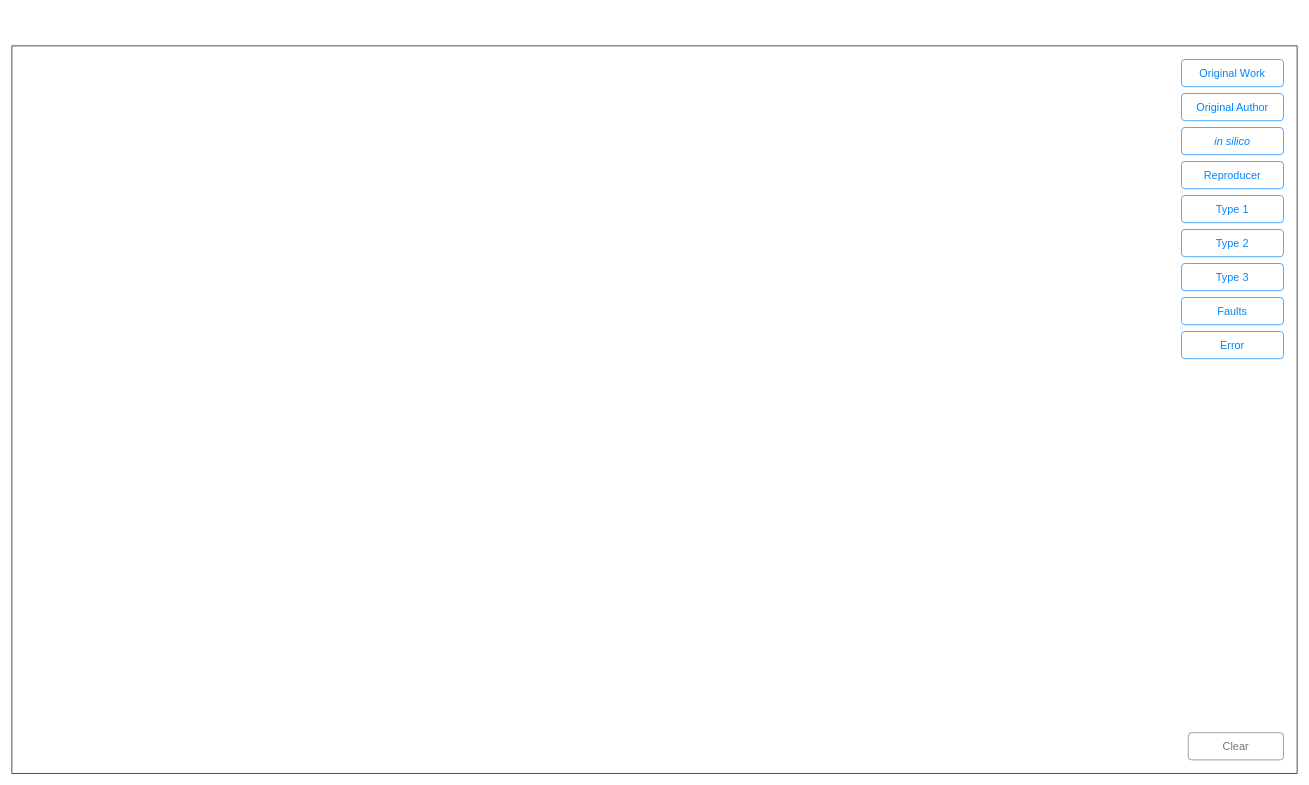
nicebread/scientific_errors keeps this draw.io diagram as page "article-landing" (10 of 11) of model-analysis-errors.drawio. Above is the earlier version. Source tidied: cells renumbered, new cells numbered last; positions are measured from the earlier drawing's top-left corner, leaving out a move shared by most shapes. Both pictures are drawn from the tidied source at 68%, with x=0, y=0 at pixel (12, 46).
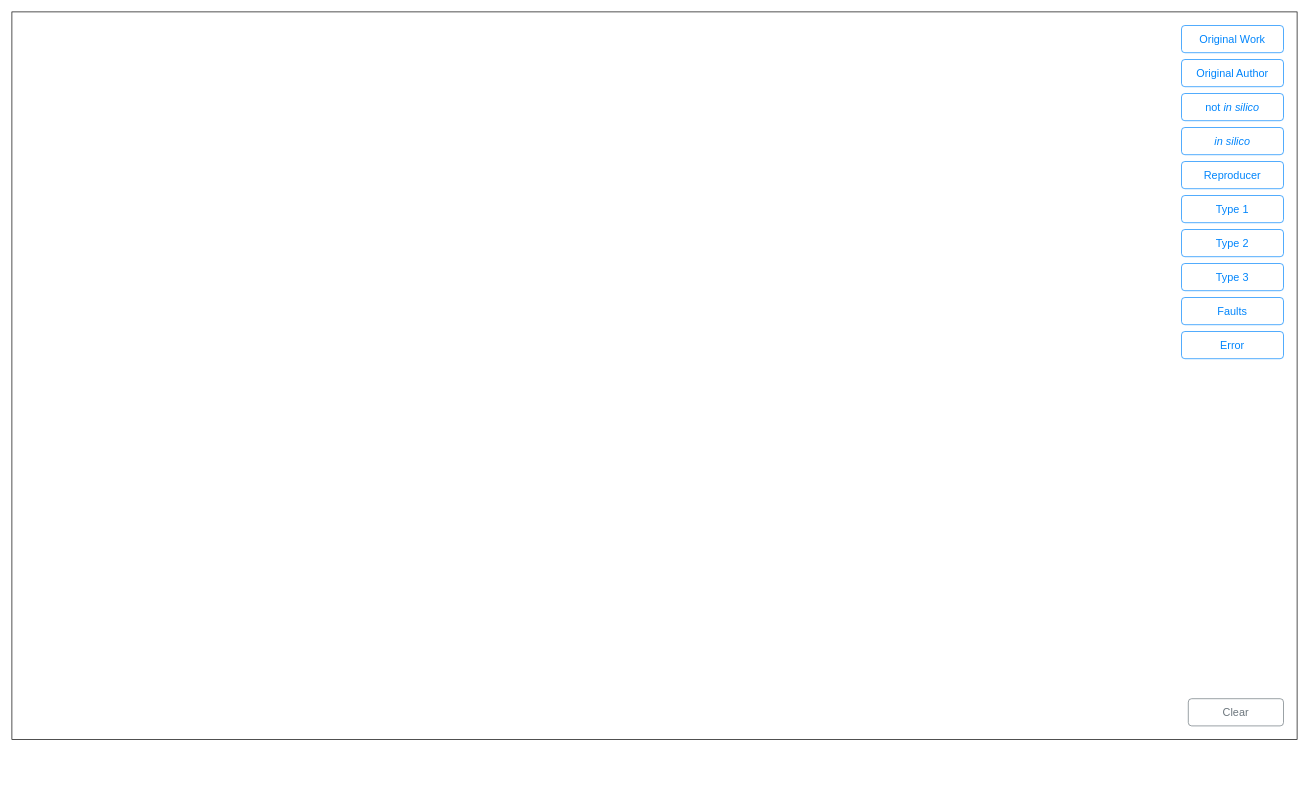
The same diagram, later.

Change to the diagram source:
```diff
@@
 <mxGraphModel>
   <root>
     <mxCell id="0" />
     <mxCell id="1" parent="0" />
     <mxCell id="2" style="rounded=0;whiteSpace=wrap;html=1;fillColor=none;" parent="1" vertex="1">
-      <mxGeometry width="1890" height="1070" as="geometry" />
+      <mxGeometry y="-50" width="1890" height="1070" as="geometry" />
     </mxCell>
     <mxCell id="3" value="Original Work" style="html=1;shadow=0;dashed=0;shape=mxgraph.bootstrap.rrect;rSize=5;strokeColor=#0085FC;strokeWidth=1;fillColor=none;fontColor=#0085FC;whiteSpace=wrap;align=center;verticalAlign=middle;spacingLeft=0;fontStyle=0;fontSize=16;spacing=5;" parent="1" vertex="1">
-      <mxGeometry x="1720" y="20" width="150" height="40" as="geometry" />
+      <mxGeometry x="1720" y="-30" width="150" height="40" as="geometry" />
     </mxCell>
     <mxCell id="4" value="Original Author" style="html=1;shadow=0;dashed=0;shape=mxgraph.bootstrap.rrect;rSize=5;strokeColor=#0085FC;strokeWidth=1;fillColor=none;fontColor=#0085FC;whiteSpace=wrap;align=center;verticalAlign=middle;spacingLeft=0;fontStyle=0;fontSize=16;spacing=5;" parent="1" vertex="1">
-      <mxGeometry x="1720" y="70" width="150" height="40" as="geometry" />
+      <mxGeometry x="1720" y="20" width="150" height="40" as="geometry" />
     </mxCell>
     <mxCell id="5" value="Reproducer" style="html=1;shadow=0;dashed=0;shape=mxgraph.bootstrap.rrect;rSize=5;strokeColor=#0085FC;strokeWidth=1;fillColor=none;fontColor=#0085FC;whiteSpace=wrap;align=center;verticalAlign=middle;spacingLeft=0;fontStyle=0;fontSize=16;spacing=5;" parent="1" vertex="1">
       <mxGeometry x="1720" y="170" width="150" height="40" as="geometry" />
     </mxCell>
     <mxCell id="6" value="Type 1" style="html=1;shadow=0;dashed=0;shape=mxgraph.bootstrap.rrect;rSize=5;strokeColor=#0085FC;strokeWidth=1;fillColor=none;fontColor=#0085FC;whiteSpace=wrap;align=center;verticalAlign=middle;spacingLeft=0;fontStyle=0;fontSize=16;spacing=5;" parent="1" vertex="1">
       <mxGeometry x="1720" y="220" width="150" height="40" as="geometry" />
     </mxCell>
     <mxCell id="7" value="Type 2" style="html=1;shadow=0;dashed=0;shape=mxgraph.bootstrap.rrect;rSize=5;strokeColor=#0085FC;strokeWidth=1;fillColor=none;fontColor=#0085FC;whiteSpace=wrap;align=center;verticalAlign=middle;spacingLeft=0;fontStyle=0;fontSize=16;spacing=5;" parent="1" vertex="1">
       <mxGeometry x="1720" y="270" width="150" height="40" as="geometry" />
     </mxCell>
     <mxCell id="8" value="Faults" style="html=1;shadow=0;dashed=0;shape=mxgraph.bootstrap.rrect;rSize=5;strokeColor=#0085FC;strokeWidth=1;fillColor=none;fontColor=#0085FC;whiteSpace=wrap;align=center;verticalAlign=middle;spacingLeft=0;fontStyle=0;fontSize=16;spacing=5;" parent="1" vertex="1">
       <mxGeometry x="1720" y="370" width="150" height="40" as="geometry" />
     </mxCell>
     <mxCell id="9" value="Error" style="html=1;shadow=0;dashed=0;shape=mxgraph.bootstrap.rrect;rSize=5;strokeColor=#0085FC;strokeWidth=1;fillColor=none;fontColor=#0085FC;whiteSpace=wrap;align=center;verticalAlign=middle;spacingLeft=0;fontStyle=0;fontSize=16;spacing=5;" parent="1" vertex="1">
       <mxGeometry x="1720" y="420" width="150" height="40" as="geometry" />
     </mxCell>
     <mxCell id="10" value="Clear" style="html=1;shadow=0;dashed=0;shape=mxgraph.bootstrap.rrect;rSize=5;strokeColor=#6C767D;strokeWidth=1;fillColor=none;fontColor=#6C767D;whiteSpace=wrap;align=center;verticalAlign=middle;spacingLeft=0;fontStyle=0;fontSize=16;spacing=5;" parent="1" vertex="1">
-      <mxGeometry x="1730" y="1010" width="140" height="40" as="geometry" />
+      <mxGeometry x="1730" y="960" width="140" height="40" as="geometry" />
     </mxCell>
     <mxCell id="11" value="Type 3" style="html=1;shadow=0;dashed=0;shape=mxgraph.bootstrap.rrect;rSize=5;strokeColor=#0085FC;strokeWidth=1;fillColor=none;fontColor=#0085FC;whiteSpace=wrap;align=center;verticalAlign=middle;spacingLeft=0;fontStyle=0;fontSize=16;spacing=5;" parent="1" vertex="1">
       <mxGeometry x="1720" y="320" width="150" height="40" as="geometry" />
     </mxCell>
     <mxCell id="12" value="in silico" style="html=1;shadow=0;dashed=0;shape=mxgraph.bootstrap.rrect;rSize=5;strokeColor=#0085FC;strokeWidth=1;fillColor=none;fontColor=#0085FC;whiteSpace=wrap;align=center;verticalAlign=middle;spacingLeft=0;fontStyle=2;fontSize=16;spacing=5;" parent="1" vertex="1">
       <mxGeometry x="1720" y="120" width="150" height="40" as="geometry" />
     </mxCell>
+    <mxCell id="13" value="not &lt;i&gt;in silico&lt;/i&gt;" style="html=1;shadow=0;dashed=0;shape=mxgraph.bootstrap.rrect;rSize=5;strokeColor=#0085FC;strokeWidth=1;fillColor=none;fontColor=#0085FC;whiteSpace=wrap;align=center;verticalAlign=middle;spacingLeft=0;fontStyle=0;fontSize=16;spacing=5;" parent="1" vertex="1">
+      <mxGeometry x="1720" y="70" width="150" height="40" as="geometry" />
+    </mxCell>
   </root>
 </mxGraphModel>
```
